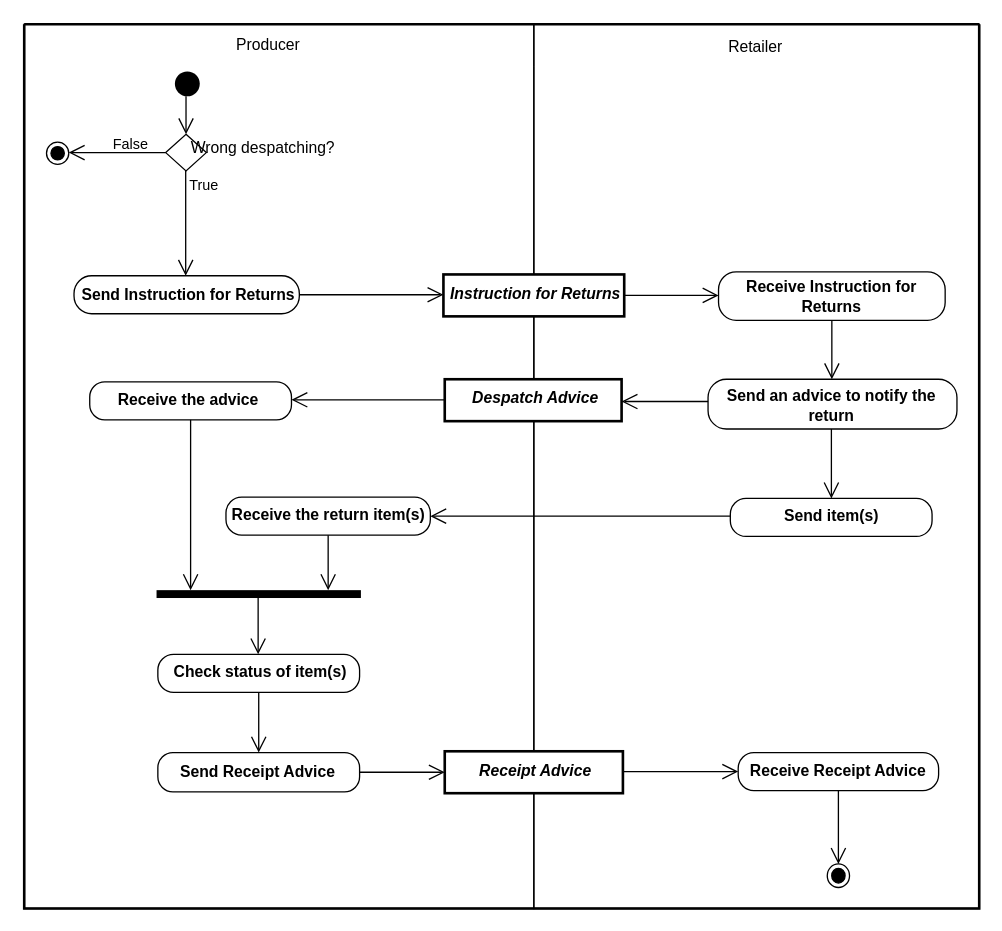
kduvekot/ubl-work-on-svg-images keeps this draw.io diagram as diagrams/UBL-2.2-VMI-ReturnsByProducer/UBL-2.2-VMI-ReturnsByProducer.drawio. Above is the earlier version. Source tidied: cells renumbered, new cells numbered last; positions are measured from the earlier drawing's top-left corner, leaving out a move shared by most shapes. Both pictures are drawn from the tidied source at 131%, with x=0, y=0 at pixel (24, 24).
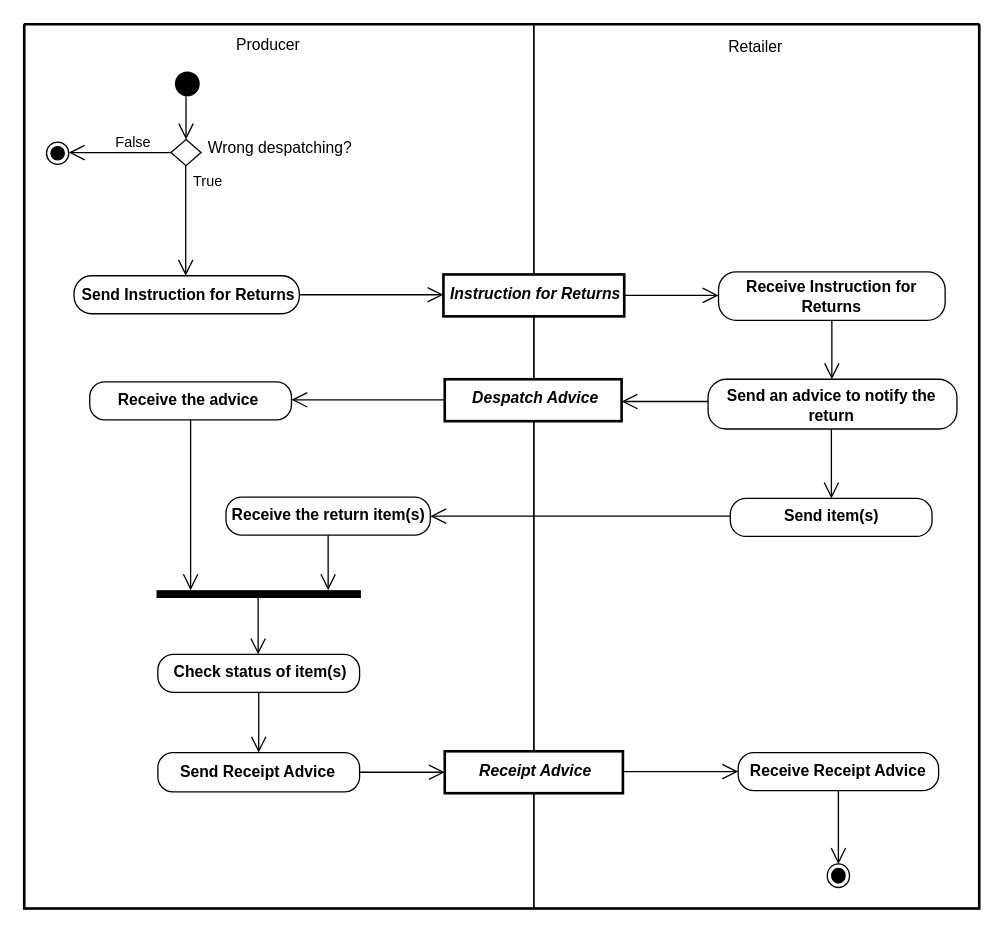
The same page after the edit.

Unchanged cells that the change refers to:
```xml
<mxCell id="3" value="Producer" style="swimlane;horizontal=1;startSize=32;swimlaneLine=0;html=1;fillColor=none;fontStyle=0;spacing=0;spacingRight=17;" parent="2" vertex="1">
  <mxGeometry width="389" height="675" as="geometry" />
</mxCell>
<mxCell id="7" style="ellipse;shape=endState;fillColor=#000000;html=1;" parent="3" vertex="1">
  <mxGeometry x="17" y="90" width="17" height="17" as="geometry" />
</mxCell>
<mxCell id="10" value="Send Instruction for Returns" style="rounded=1;absoluteArcSize=1;arcSize=27;html=1;whiteSpace=nowrap;fontStyle=1;align=center;verticalAlign=middle;spacing=0;spacingLeft=2;" parent="3" vertex="1">
  <mxGeometry x="38" y="192" width="172" height="29" as="geometry" />
</mxCell>
```

What changed in the source:
```diff
@@
-    <mxCell id="6" value="Wrong despatching?" style="rhombus;html=1;whiteSpace=nowrap;fontStyle=0;align=center;verticalAlign=middle;spacing=0;spacingLeft=116;spacingBottom=7;" parent="3" vertex="1">
-      <mxGeometry x="108" y="84" width="31" height="28" as="geometry" />
+    <mxCell id="6" value="Wrong despatching?" style="rhombus;html=1;whiteSpace=nowrap;fontStyle=0;align=center;verticalAlign=middle;spacing=0;spacingLeft=143;spacingBottom=7;" parent="3" vertex="1">
+      <mxGeometry x="112" y="88" width="23" height="20" as="geometry" />
     </mxCell>
@@
     <mxCell id="23" value="False" style="edgeStyle=none;rounded=0;html=1;endArrow=open;endFill=0;endSize=10;exitX=0;exitY=0.5;exitPerimeter=0;entryPerimeter=0;fontStyle=0;align=center;verticalAlign=middle;labelBackgroundColor=none;entryX=1;entryY=0.470588;" parent="3" edge="1" source="6" target="7">
       <mxGeometry x="-0.26" relative="1" as="geometry">
-        <mxPoint y="-6" as="offset" />
+        <mxPoint y="-8" as="offset" />
       </mxGeometry>
     </mxCell>
-    <mxCell id="24" value="True" style="edgeStyle=none;rounded=0;html=1;endArrow=open;endFill=0;endSize=10;exitPerimeter=0;entryX=0.495614;entryY=0;entryPerimeter=0;fontStyle=0;align=center;verticalAlign=middle;labelBackgroundColor=none;exitX=0.491793;exitY=1;" parent="3" edge="1" source="6" target="10">
+    <mxCell id="24" value="True" style="edgeStyle=none;rounded=0;html=1;endArrow=open;endFill=0;endSize=10;exitPerimeter=0;entryX=0.495614;entryY=0;entryPerimeter=0;fontStyle=0;align=center;verticalAlign=middle;labelBackgroundColor=none;exitX=0.488939;exitY=1;" parent="3" edge="1" source="6" target="10">
       <mxGeometry x="-0.72" relative="1" as="geometry">
-        <mxPoint x="14" as="offset" />
+        <mxPoint x="17" as="offset" />
       </mxGeometry>
     </mxCell>
```
